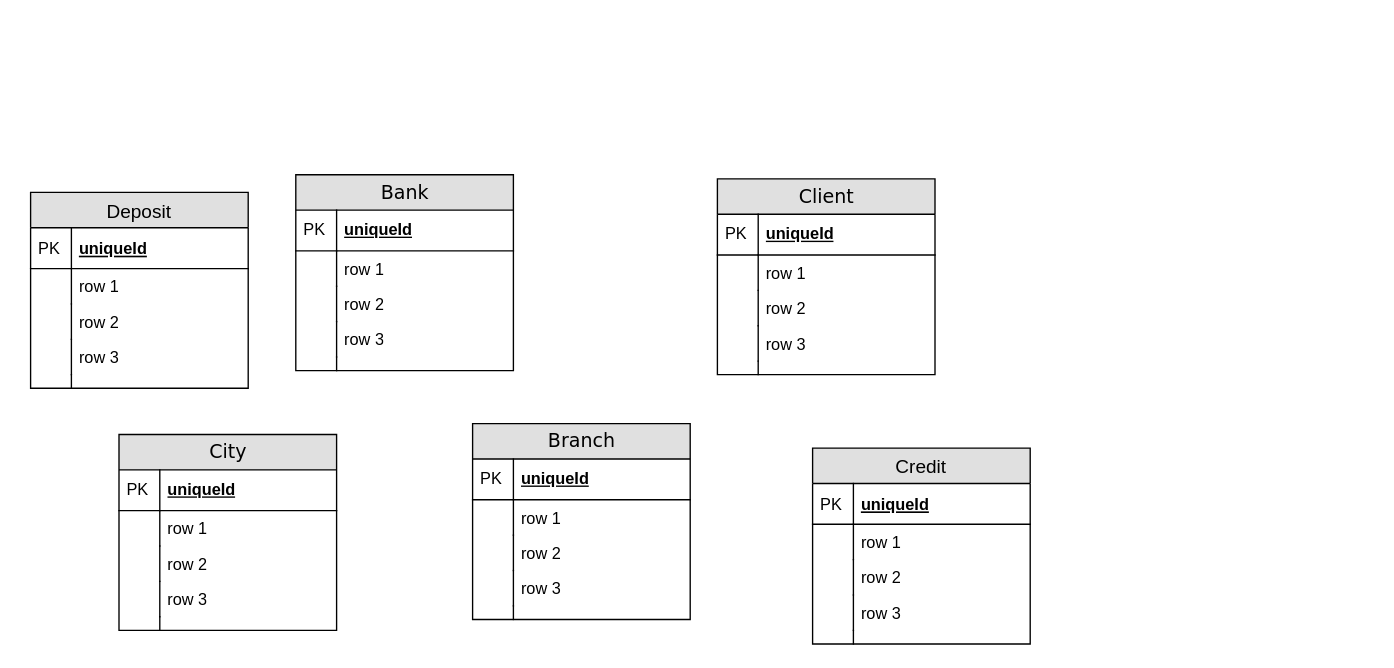
This is Untitled Diagram.drawio from duxa2089/entity-relationship-model, a draw.io file, before an edit. Source tidied: cells renumbered, new cells numbered last; positions are measured from the earlier drawing's top-left corner, leaving out a move shared by most shapes. Both pictures are drawn from the tidied source at 136%, with x=0, y=0 at pixel (30, 174).
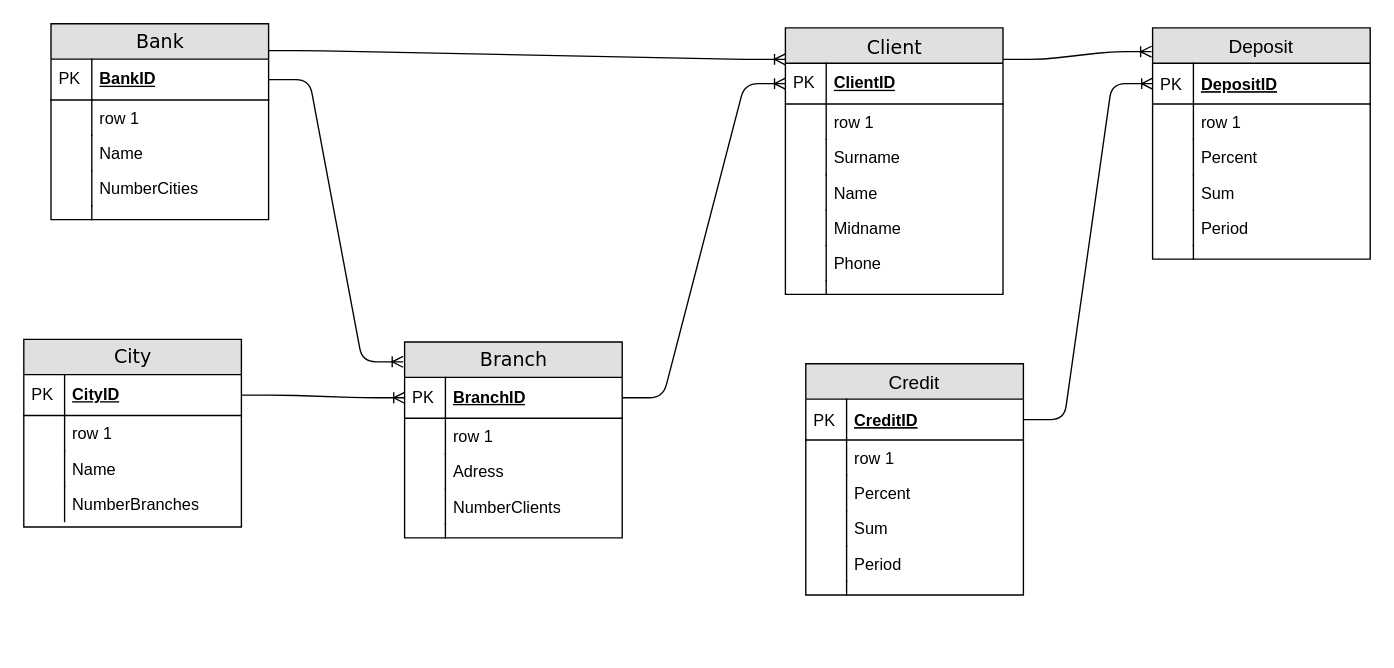
The same page after the edit.

What changed in the source:
```diff
@@
-    <mxCell id="2" value="Client" style="swimlane;html=1;fontStyle=0;horizontal=1;startSize=26;fillColor=#e0e0e0;swimlaneFillColor=#ffffff;align=center;rounded=0;shadow=0;comic=0;labelBackgroundColor=none;strokeColor=#000000;strokeWidth=1;fontFamily=Verdana;fontSize=14;fontColor=#000000;swimlaneLine=1;" parent="1" vertex="1">
-      <mxGeometry x="505" y="3" width="160" height="144" as="geometry" />
+    <mxCell id="2" value="Client" style="swimlane;html=1;fontStyle=0;horizontal=1;startSize=26;fillColor=#e0e0e0;swimlaneFillColor=#ffffff;align=center;rounded=0;shadow=0;comic=0;labelBackgroundColor=none;strokeColor=#000000;strokeWidth=1;fontFamily=Verdana;fontSize=14;fontColor=#000000;swimlaneLine=1;verticalAlign=top;" parent="1" vertex="1">
+      <mxGeometry x="555" y="-108" width="160" height="196" as="geometry" />
     </mxCell>
-    <mxCell id="3" value="uniqueId" style="shape=partialRectangle;top=0;left=0;right=0;bottom=1;html=1;align=left;verticalAlign=middle;fillColor=none;spacingLeft=34;spacingRight=4;whiteSpace=wrap;overflow=hidden;points=[[0,0.5],[1,0.5]];portConstraint=eastwest;fontStyle=5;" parent="2" vertex="1">
+    <mxCell id="3" value="ClientID" style="shape=partialRectangle;top=0;left=0;right=0;bottom=1;html=1;align=left;verticalAlign=middle;fillColor=none;spacingLeft=34;spacingRight=4;whiteSpace=wrap;overflow=hidden;points=[[0,0.5],[1,0.5]];portConstraint=eastwest;fontStyle=5;" parent="2" vertex="1">
       <mxGeometry y="26" width="160" height="30" as="geometry" />
     </mxCell>
@@
-    <mxCell id="7" value="row 2" style="shape=partialRectangle;top=0;left=0;right=0;bottom=0;html=1;align=left;verticalAlign=top;fillColor=none;spacingLeft=34;spacingRight=4;whiteSpace=wrap;overflow=hidden;" parent="2" vertex="1">
+    <mxCell id="7" value="Surname" style="shape=partialRectangle;top=0;left=0;right=0;bottom=0;html=1;align=left;verticalAlign=top;fillColor=none;spacingLeft=34;spacingRight=4;whiteSpace=wrap;overflow=hidden;" parent="2" vertex="1">
       <mxGeometry y="82" width="160" height="26" as="geometry" />
     </mxCell>
@@
-    <mxCell id="9" value="row 3" style="shape=partialRectangle;top=0;left=0;right=0;bottom=0;html=1;align=left;verticalAlign=top;fillColor=none;spacingLeft=34;spacingRight=4;whiteSpace=wrap;overflow=hidden;" parent="2" vertex="1">
+    <mxCell id="9" value="Name" style="shape=partialRectangle;top=0;left=0;right=0;bottom=0;html=1;align=left;verticalAlign=top;fillColor=none;spacingLeft=34;spacingRight=4;whiteSpace=wrap;overflow=hidden;" parent="2" vertex="1">
       <mxGeometry y="108" width="160" height="26" as="geometry" />
     </mxCell>
@@
+    <mxCell id="68" value="Midname" style="shape=partialRectangle;top=0;left=0;right=0;bottom=0;html=1;align=left;verticalAlign=top;fillColor=none;spacingLeft=34;spacingRight=4;whiteSpace=wrap;overflow=hidden;" parent="2" vertex="1">
+      <mxGeometry y="134" width="160" height="26" as="geometry" />
+    </mxCell>
+    <mxCell id="69" style="shape=partialRectangle;top=0;left=0;bottom=0;html=1;fillColor=none;align=left;verticalAlign=top;spacingLeft=4;spacingRight=4;whiteSpace=wrap;overflow=hidden;" parent="68" vertex="1">
+      <mxGeometry width="30" height="26" as="geometry" />
+    </mxCell>
+    <mxCell id="70" value="Phone" style="shape=partialRectangle;top=0;left=0;right=0;bottom=0;html=1;align=left;verticalAlign=top;fillColor=none;spacingLeft=34;spacingRight=4;whiteSpace=wrap;overflow=hidden;" parent="2" vertex="1">
+      <mxGeometry y="160" width="160" height="26" as="geometry" />
+    </mxCell>
+    <mxCell id="71" style="shape=partialRectangle;top=0;left=0;bottom=0;html=1;fillColor=none;align=left;verticalAlign=top;spacingLeft=4;spacingRight=4;whiteSpace=wrap;overflow=hidden;" parent="70" vertex="1">
+      <mxGeometry width="30" height="26" as="geometry" />
+    </mxCell>
     <mxCell id="11" style="shape=partialRectangle;top=0;left=0;right=0;bottom=0;html=1;align=left;verticalAlign=top;fillColor=none;spacingLeft=34;spacingRight=4;whiteSpace=wrap;overflow=hidden;" parent="2" vertex="1">
-      <mxGeometry y="134" width="160" height="10" as="geometry" />
+      <mxGeometry y="186" width="160" height="10" as="geometry" />
     </mxCell>
@@
     <mxCell id="13" value="Bank" style="swimlane;html=1;fontStyle=0;horizontal=1;startSize=26;fillColor=#e0e0e0;swimlaneFillColor=#ffffff;align=center;rounded=0;shadow=0;comic=0;labelBackgroundColor=none;strokeColor=#000000;strokeWidth=1;fontFamily=Verdana;fontSize=14;fontColor=#000000;" parent="1" vertex="1">
-      <mxGeometry x="195" width="160" height="144" as="geometry" />
+      <mxGeometry x="15" y="-111" width="160" height="144" as="geometry" />
     </mxCell>
-    <mxCell id="14" value="uniqueId" style="shape=partialRectangle;top=0;left=0;right=0;bottom=1;html=1;align=left;verticalAlign=middle;fillColor=none;spacingLeft=34;spacingRight=4;whiteSpace=wrap;overflow=hidden;points=[[0,0.5],[1,0.5]];portConstraint=eastwest;fontStyle=5;" parent="13" vertex="1">
+    <mxCell id="14" value="BankID" style="shape=partialRectangle;top=0;left=0;right=0;bottom=1;html=1;align=left;verticalAlign=middle;fillColor=none;spacingLeft=34;spacingRight=4;whiteSpace=wrap;overflow=hidden;points=[[0,0.5],[1,0.5]];portConstraint=eastwest;fontStyle=5;" parent="13" vertex="1">
       <mxGeometry y="26" width="160" height="30" as="geometry" />
     </mxCell>
@@
-    <mxCell id="18" value="row 2" style="shape=partialRectangle;top=0;left=0;right=0;bottom=0;html=1;align=left;verticalAlign=top;fillColor=none;spacingLeft=34;spacingRight=4;whiteSpace=wrap;overflow=hidden;" parent="13" vertex="1">
+    <mxCell id="18" value="Name" style="shape=partialRectangle;top=0;left=0;right=0;bottom=0;html=1;align=left;verticalAlign=top;fillColor=none;spacingLeft=34;spacingRight=4;whiteSpace=wrap;overflow=hidden;" parent="13" vertex="1">
       <mxGeometry y="82" width="160" height="26" as="geometry" />
     </mxCell>
@@
-    <mxCell id="20" value="row 3" style="shape=partialRectangle;top=0;left=0;right=0;bottom=0;html=1;align=left;verticalAlign=top;fillColor=none;spacingLeft=34;spacingRight=4;whiteSpace=wrap;overflow=hidden;" parent="13" vertex="1">
+    <mxCell id="20" value="NumberCities" style="shape=partialRectangle;top=0;left=0;right=0;bottom=0;html=1;align=left;verticalAlign=top;fillColor=none;spacingLeft=34;spacingRight=4;whiteSpace=wrap;overflow=hidden;" parent="13" vertex="1">
       <mxGeometry y="108" width="160" height="26" as="geometry" />
     </mxCell>
@@
     <mxCell id="24" value="Branch" style="swimlane;html=1;fontStyle=0;horizontal=1;startSize=26;fillColor=#e0e0e0;swimlaneFillColor=#ffffff;align=center;rounded=0;shadow=0;comic=0;labelBackgroundColor=none;strokeColor=#000000;strokeWidth=1;fontFamily=Verdana;fontSize=14;fontColor=#000000;" parent="1" vertex="1">
-      <mxGeometry x="325" y="183" width="160" height="144" as="geometry" />
+      <mxGeometry x="275" y="123" width="160" height="144" as="geometry" />
     </mxCell>
-    <mxCell id="25" value="uniqueId" style="shape=partialRectangle;top=0;left=0;right=0;bottom=1;html=1;align=left;verticalAlign=middle;fillColor=none;spacingLeft=34;spacingRight=4;whiteSpace=wrap;overflow=hidden;points=[[0,0.5],[1,0.5]];portConstraint=eastwest;fontStyle=5;" parent="24" vertex="1">
+    <mxCell id="25" value="BranchID" style="shape=partialRectangle;top=0;left=0;right=0;bottom=1;html=1;align=left;verticalAlign=middle;fillColor=none;spacingLeft=34;spacingRight=4;whiteSpace=wrap;overflow=hidden;points=[[0,0.5],[1,0.5]];portConstraint=eastwest;fontStyle=5;" parent="24" vertex="1">
       <mxGeometry y="26" width="160" height="30" as="geometry" />
     </mxCell>
@@
-    <mxCell id="29" value="row 2" style="shape=partialRectangle;top=0;left=0;right=0;bottom=0;html=1;align=left;verticalAlign=top;fillColor=none;spacingLeft=34;spacingRight=4;whiteSpace=wrap;overflow=hidden;" parent="24" vertex="1">
+    <mxCell id="29" value="Adress" style="shape=partialRectangle;top=0;left=0;right=0;bottom=0;html=1;align=left;verticalAlign=top;fillColor=none;spacingLeft=34;spacingRight=4;whiteSpace=wrap;overflow=hidden;" parent="24" vertex="1">
       <mxGeometry y="82" width="160" height="26" as="geometry" />
     </mxCell>
@@
-    <mxCell id="31" value="row 3" style="shape=partialRectangle;top=0;left=0;right=0;bottom=0;html=1;align=left;verticalAlign=top;fillColor=none;spacingLeft=34;spacingRight=4;whiteSpace=wrap;overflow=hidden;" parent="24" vertex="1">
+    <mxCell id="31" value="NumberClients" style="shape=partialRectangle;top=0;left=0;right=0;bottom=0;html=1;align=left;verticalAlign=top;fillColor=none;spacingLeft=34;spacingRight=4;whiteSpace=wrap;overflow=hidden;" parent="24" vertex="1">
       <mxGeometry y="108" width="160" height="26" as="geometry" />
     </mxCell>
@@
     <mxCell id="35" value="City" style="swimlane;html=1;fontStyle=0;horizontal=1;startSize=26;fillColor=#e0e0e0;swimlaneFillColor=#ffffff;align=center;rounded=0;shadow=0;comic=0;labelBackgroundColor=none;strokeColor=#000000;strokeWidth=1;fontFamily=Verdana;fontSize=14;fontColor=#000000;" parent="1" vertex="1">
-      <mxGeometry x="65" y="191" width="160" height="144" as="geometry" />
+      <mxGeometry x="-5" y="121" width="160" height="138" as="geometry" />
     </mxCell>
-    <mxCell id="36" value="uniqueId" style="shape=partialRectangle;top=0;left=0;right=0;bottom=1;html=1;align=left;verticalAlign=middle;fillColor=none;spacingLeft=34;spacingRight=4;whiteSpace=wrap;overflow=hidden;points=[[0,0.5],[1,0.5]];portConstraint=eastwest;fontStyle=5;" parent="35" vertex="1">
+    <mxCell id="36" value="CityID" style="shape=partialRectangle;top=0;left=0;right=0;bottom=1;html=1;align=left;verticalAlign=middle;fillColor=none;spacingLeft=34;spacingRight=4;whiteSpace=wrap;overflow=hidden;points=[[0,0.5],[1,0.5]];portConstraint=eastwest;fontStyle=5;" parent="35" vertex="1">
       <mxGeometry y="26" width="160" height="30" as="geometry" />
     </mxCell>
@@
-    <mxCell id="40" value="row 2" style="shape=partialRectangle;top=0;left=0;right=0;bottom=0;html=1;align=left;verticalAlign=top;fillColor=none;spacingLeft=34;spacingRight=4;whiteSpace=wrap;overflow=hidden;" parent="35" vertex="1">
+    <mxCell id="40" value="Name" style="shape=partialRectangle;top=0;left=0;right=0;bottom=0;html=1;align=left;verticalAlign=top;fillColor=none;spacingLeft=34;spacingRight=4;whiteSpace=wrap;overflow=hidden;" parent="35" vertex="1">
       <mxGeometry y="82" width="160" height="26" as="geometry" />
     </mxCell>
@@
-    <mxCell id="42" value="row 3" style="shape=partialRectangle;top=0;left=0;right=0;bottom=0;html=1;align=left;verticalAlign=top;fillColor=none;spacingLeft=34;spacingRight=4;whiteSpace=wrap;overflow=hidden;" parent="35" vertex="1">
-      <mxGeometry y="108" width="160" height="26" as="geometry" />
-    </mxCell>
-    <mxCell id="43" style="shape=partialRectangle;top=0;left=0;bottom=0;html=1;fillColor=none;align=left;verticalAlign=top;spacingLeft=4;spacingRight=4;whiteSpace=wrap;overflow=hidden;" parent="42" vertex="1">
-      <mxGeometry width="30" height="26" as="geometry" />
-    </mxCell>
-    <mxCell id="44" style="shape=partialRectangle;top=0;left=0;right=0;bottom=0;html=1;align=left;verticalAlign=top;fillColor=none;spacingLeft=34;spacingRight=4;whiteSpace=wrap;overflow=hidden;" parent="35" vertex="1">
-      <mxGeometry y="134" width="160" height="10" as="geometry" />
-    </mxCell>
-    <mxCell id="45" style="shape=partialRectangle;top=0;left=0;bottom=0;html=1;fillColor=none;align=left;verticalAlign=top;spacingLeft=4;spacingRight=4;whiteSpace=wrap;overflow=hidden;" parent="44" vertex="1">
-      <mxGeometry width="30" height="10" as="geometry" />
-    </mxCell>
+    <mxCell id="72" value="NumberBranches" style="shape=partialRectangle;top=0;left=0;right=0;bottom=0;html=1;align=left;verticalAlign=top;fillColor=none;spacingLeft=34;spacingRight=4;whiteSpace=wrap;overflow=hidden;" parent="35" vertex="1">
+      <mxGeometry y="108" width="160" height="26" as="geometry" />
+    </mxCell>
+    <mxCell id="73" style="shape=partialRectangle;top=0;left=0;bottom=0;html=1;fillColor=none;align=left;verticalAlign=top;spacingLeft=4;spacingRight=4;whiteSpace=wrap;overflow=hidden;" parent="72" vertex="1">
+      <mxGeometry width="30" height="26" as="geometry" />
+    </mxCell>
     <mxCell id="46" value="Deposit" style="swimlane;fontStyle=0;horizontal=1;startSize=26;fillColor=#e0e0e0;swimlaneFillColor=#ffffff;align=center;fontSize=14;" parent="1" vertex="1">
-      <mxGeometry y="13" width="160" height="144" as="geometry" />
+      <mxGeometry x="825" y="-108" width="160" height="170" as="geometry" />
     </mxCell>
-    <mxCell id="47" value="uniqueId" style="shape=partialRectangle;top=0;left=0;right=0;bottom=1;align=left;verticalAlign=middle;fillColor=none;spacingLeft=34;spacingRight=4;overflow=hidden;points=[[0,0.5],[1,0.5]];portConstraint=eastwest;fontStyle=5;fontSize=12;" parent="46" vertex="1">
+    <mxCell id="47" value="DepositID" style="shape=partialRectangle;top=0;left=0;right=0;bottom=1;align=left;verticalAlign=middle;fillColor=none;spacingLeft=34;spacingRight=4;overflow=hidden;points=[[0,0.5],[1,0.5]];portConstraint=eastwest;fontStyle=5;fontSize=12;" parent="46" vertex="1">
       <mxGeometry y="26" width="160" height="30" as="geometry" />
     </mxCell>
@@
-    <mxCell id="51" value="row 2" style="shape=partialRectangle;top=0;left=0;right=0;bottom=0;align=left;verticalAlign=top;fillColor=none;spacingLeft=34;spacingRight=4;overflow=hidden;fontSize=12;" parent="46" vertex="1">
+    <mxCell id="51" value="Percent" style="shape=partialRectangle;top=0;left=0;right=0;bottom=0;align=left;verticalAlign=top;fillColor=none;spacingLeft=34;spacingRight=4;overflow=hidden;fontSize=12;" parent="46" vertex="1">
       <mxGeometry y="82" width="160" height="26" as="geometry" />
     </mxCell>
@@
-    <mxCell id="53" value="row 3" style="shape=partialRectangle;top=0;left=0;right=0;bottom=0;align=left;verticalAlign=top;fillColor=none;spacingLeft=34;spacingRight=4;overflow=hidden;fontSize=12;" parent="46" vertex="1">
+    <mxCell id="53" value="Sum" style="shape=partialRectangle;top=0;left=0;right=0;bottom=0;align=left;verticalAlign=top;fillColor=none;spacingLeft=34;spacingRight=4;overflow=hidden;fontSize=12;" parent="46" vertex="1">
       <mxGeometry y="108" width="160" height="26" as="geometry" />
     </mxCell>
@@
+    <mxCell id="74" value="Period" style="shape=partialRectangle;top=0;left=0;right=0;bottom=0;align=left;verticalAlign=top;fillColor=none;spacingLeft=34;spacingRight=4;overflow=hidden;fontSize=12;" parent="46" vertex="1">
+      <mxGeometry y="134" width="160" height="26" as="geometry" />
+    </mxCell>
+    <mxCell id="75" style="shape=partialRectangle;top=0;left=0;bottom=0;fillColor=none;align=left;verticalAlign=top;spacingLeft=4;spacingRight=4;overflow=hidden;fontSize=12;" parent="74" vertex="1">
+      <mxGeometry width="30" height="26" as="geometry" />
+    </mxCell>
     <mxCell id="55" style="shape=partialRectangle;top=0;left=0;right=0;bottom=0;align=left;verticalAlign=top;fillColor=none;spacingLeft=34;spacingRight=4;overflow=hidden;fontSize=12;" parent="46" vertex="1">
-      <mxGeometry y="134" width="160" height="10" as="geometry" />
+      <mxGeometry y="160" width="160" height="10" as="geometry" />
     </mxCell>
@@
     <mxCell id="57" value="Credit" style="swimlane;fontStyle=0;horizontal=1;startSize=26;fillColor=#e0e0e0;swimlaneFillColor=#ffffff;align=center;fontSize=14;" parent="1" vertex="1">
-      <mxGeometry x="575" y="201" width="160" height="144" as="geometry" />
+      <mxGeometry x="570" y="139" width="160" height="170" as="geometry" />
     </mxCell>
-    <mxCell id="58" value="uniqueId" style="shape=partialRectangle;top=0;left=0;right=0;bottom=1;align=left;verticalAlign=middle;fillColor=none;spacingLeft=34;spacingRight=4;overflow=hidden;points=[[0,0.5],[1,0.5]];portConstraint=eastwest;fontStyle=5;fontSize=12;" parent="57" vertex="1">
+    <mxCell id="58" value="CreditID" style="shape=partialRectangle;top=0;left=0;right=0;bottom=1;align=left;verticalAlign=middle;fillColor=none;spacingLeft=34;spacingRight=4;overflow=hidden;points=[[0,0.5],[1,0.5]];portConstraint=eastwest;fontStyle=5;fontSize=12;" parent="57" vertex="1">
       <mxGeometry y="26" width="160" height="30" as="geometry" />
     </mxCell>
@@
-    <mxCell id="62" value="row 2" style="shape=partialRectangle;top=0;left=0;right=0;bottom=0;align=left;verticalAlign=top;fillColor=none;spacingLeft=34;spacingRight=4;overflow=hidden;fontSize=12;" parent="57" vertex="1">
+    <mxCell id="62" value="Percent" style="shape=partialRectangle;top=0;left=0;right=0;bottom=0;align=left;verticalAlign=top;fillColor=none;spacingLeft=34;spacingRight=4;overflow=hidden;fontSize=12;" parent="57" vertex="1">
       <mxGeometry y="82" width="160" height="26" as="geometry" />
     </mxCell>
@@
-    <mxCell id="64" value="row 3" style="shape=partialRectangle;top=0;left=0;right=0;bottom=0;align=left;verticalAlign=top;fillColor=none;spacingLeft=34;spacingRight=4;overflow=hidden;fontSize=12;" parent="57" vertex="1">
+    <mxCell id="64" value="Sum" style="shape=partialRectangle;top=0;left=0;right=0;bottom=0;align=left;verticalAlign=top;fillColor=none;spacingLeft=34;spacingRight=4;overflow=hidden;fontSize=12;" parent="57" vertex="1">
       <mxGeometry y="108" width="160" height="26" as="geometry" />
     </mxCell>
@@
+    <mxCell id="76" value="Period" style="shape=partialRectangle;top=0;left=0;right=0;bottom=0;align=left;verticalAlign=top;fillColor=none;spacingLeft=34;spacingRight=4;overflow=hidden;fontSize=12;" parent="57" vertex="1">
+      <mxGeometry y="134" width="160" height="26" as="geometry" />
+    </mxCell>
+    <mxCell id="77" style="shape=partialRectangle;top=0;left=0;bottom=0;fillColor=none;align=left;verticalAlign=top;spacingLeft=4;spacingRight=4;overflow=hidden;fontSize=12;" parent="76" vertex="1">
+      <mxGeometry width="30" height="26" as="geometry" />
+    </mxCell>
     <mxCell id="66" style="shape=partialRectangle;top=0;left=0;right=0;bottom=0;align=left;verticalAlign=top;fillColor=none;spacingLeft=34;spacingRight=4;overflow=hidden;fontSize=12;" parent="57" vertex="1">
-      <mxGeometry y="134" width="160" height="10" as="geometry" />
+      <mxGeometry y="160" width="160" height="10" as="geometry" />
     </mxCell>
@@
+    <mxCell id="78" style="edgeStyle=entityRelationEdgeStyle;fontSize=12;html=1;endArrow=ERoneToMany;entryX=0;entryY=0.5;entryDx=0;entryDy=0;exitX=1;exitY=0.5;exitDx=0;exitDy=0;" parent="1" edge="1" source="25" target="3">
+      <mxGeometry relative="1" as="geometry" />
+    </mxCell>
+    <mxCell id="79" style="edgeStyle=entityRelationEdgeStyle;fontSize=12;html=1;endArrow=ERoneToMany;entryX=0;entryY=0.118;entryDx=0;entryDy=0;entryPerimeter=0;exitX=1;exitY=0.137;exitDx=0;exitDy=0;exitPerimeter=0;" parent="1" edge="1" source="13" target="2">
+      <mxGeometry relative="1" as="geometry" />
+    </mxCell>
+    <mxCell id="80" style="edgeStyle=entityRelationEdgeStyle;fontSize=12;html=1;endArrow=ERoneToMany;exitX=1;exitY=0.5;exitDx=0;exitDy=0;entryX=0;entryY=0.5;entryDx=0;entryDy=0;" parent="1" edge="1" source="36" target="25">
+      <mxGeometry relative="1" as="geometry" />
+    </mxCell>
+    <mxCell id="81" style="edgeStyle=entityRelationEdgeStyle;fontSize=12;html=1;endArrow=ERoneToMany;entryX=0;entryY=0.5;entryDx=0;entryDy=0;exitX=1;exitY=0.5;exitDx=0;exitDy=0;" parent="1" edge="1" source="58" target="47">
+      <mxGeometry relative="1" as="geometry" />
+    </mxCell>
+    <mxCell id="82" style="edgeStyle=entityRelationEdgeStyle;fontSize=12;html=1;endArrow=ERoneToMany;exitX=1;exitY=0.118;exitDx=0;exitDy=0;exitPerimeter=0;entryX=-0.005;entryY=0.103;entryDx=0;entryDy=0;entryPerimeter=0;" parent="1" edge="1" source="2" target="46">
+      <mxGeometry relative="1" as="geometry" />
+    </mxCell>
+    <mxCell id="83" style="edgeStyle=entityRelationEdgeStyle;fontSize=12;html=1;endArrow=ERoneToMany;exitX=1;exitY=0.5;exitDx=0;exitDy=0;entryX=-0.007;entryY=0.101;entryDx=0;entryDy=0;entryPerimeter=0;" parent="1" edge="1" source="14" target="24">
+      <mxGeometry relative="1" as="geometry" />
+    </mxCell>
```
